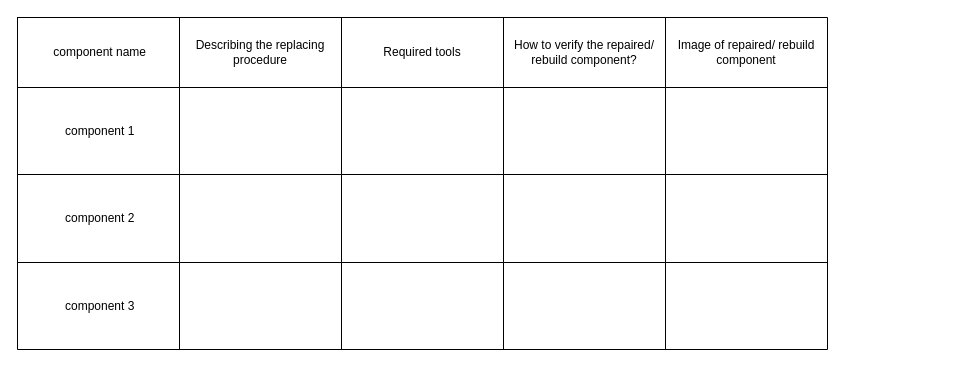
Above: Replacing the parts or components.drawio in amerezoji1362/drawio-github (draw.io), before the change. Source tidied: cells renumbered, new cells numbered last; positions are measured from the earlier drawing's top-left corner, leaving out a move shared by most shapes. Both pictures are drawn from the tidied source at 100%, with x=0, y=0 at pixel (17, 17).
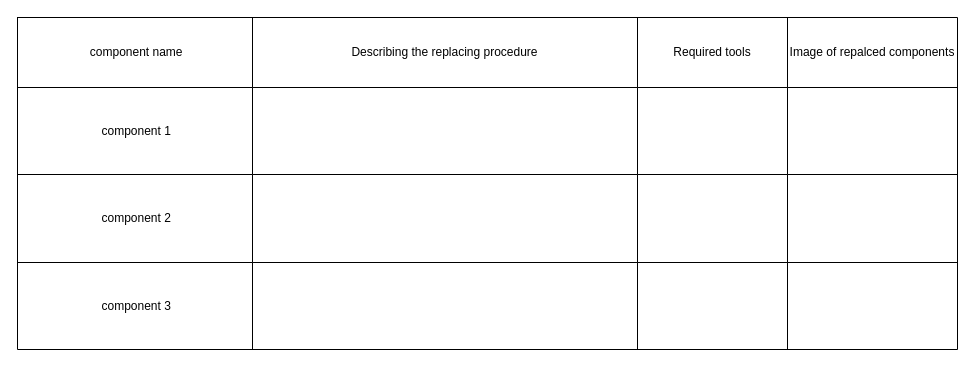
After the change.

The edit, as a diff of the source:
```diff
@@
     <mxCell id="2" style="shape=table;startSize=0;childLayout=tableLayout;" parent="1" vertex="1">
-      <mxGeometry width="810" height="332" as="geometry" />
+      <mxGeometry width="940" height="332" as="geometry" />
     </mxCell>
     <mxCell id="3" style="shape=partialRectangle;fillColor=none;top=0;left=0;bottom=0;right=0;" parent="2" vertex="1">
-      <mxGeometry width="810" height="70" as="geometry" />
+      <mxGeometry width="940" height="70" as="geometry" />
     </mxCell>
     <mxCell id="4" value="&amp;nbsp;component name" style="shape=partialRectangle;html=1;whiteSpace=wrap;overflow=hidden;fillColor=none;top=0;left=0;bottom=0;right=0;" parent="3" vertex="1">
-      <mxGeometry width="162" height="70" as="geometry" />
+      <mxGeometry width="235" height="70" as="geometry" />
     </mxCell>
     <mxCell id="5" value="Describing the replacing procedure" style="shape=partialRectangle;html=1;whiteSpace=wrap;overflow=hidden;fillColor=none;top=0;left=0;bottom=0;right=0;" parent="3" vertex="1">
-      <mxGeometry x="162" width="162" height="70" as="geometry" />
+      <mxGeometry x="235" width="385" height="70" as="geometry" />
     </mxCell>
     <mxCell id="6" value="Required tools " style="shape=partialRectangle;html=1;whiteSpace=wrap;overflow=hidden;fillColor=none;top=0;left=0;bottom=0;right=0;" parent="3" vertex="1">
-      <mxGeometry x="324" width="162" height="70" as="geometry" />
+      <mxGeometry x="620" width="150" height="70" as="geometry" />
     </mxCell>
-    <mxCell id="7" value="How to verify the repaired/ rebuild component?" style="shape=partialRectangle;html=1;whiteSpace=wrap;overflow=hidden;fillColor=none;top=0;left=0;bottom=0;right=0;" parent="3" vertex="1">
-      <mxGeometry x="486" width="162" height="70" as="geometry" />
+    <mxCell id="7" value="Image of repalced components " style="shape=partialRectangle;html=1;whiteSpace=wrap;overflow=hidden;fillColor=none;top=0;left=0;bottom=0;right=0;" parent="3" vertex="1">
+      <mxGeometry x="770" width="170" height="70" as="geometry" />
     </mxCell>
-    <mxCell id="8" value="Image of repaired/ rebuild component" style="shape=partialRectangle;html=1;whiteSpace=wrap;overflow=hidden;fillColor=none;top=0;left=0;bottom=0;right=0;" parent="3" vertex="1">
-      <mxGeometry x="648" width="162" height="70" as="geometry" />
-    </mxCell>
     <mxCell id="9" style="shape=partialRectangle;fillColor=none;top=0;left=0;bottom=0;right=0;" parent="2" vertex="1">
-      <mxGeometry y="70" width="810" height="87" as="geometry" />
+      <mxGeometry y="70" width="940" height="87" as="geometry" />
     </mxCell>
     <mxCell id="10" value="&amp;nbsp;component 1" style="shape=partialRectangle;html=1;whiteSpace=wrap;overflow=hidden;fillColor=none;top=0;left=0;bottom=0;right=0;" parent="9" vertex="1">
-      <mxGeometry width="162" height="87" as="geometry" />
+      <mxGeometry width="235" height="87" as="geometry" />
     </mxCell>
     <mxCell id="11" style="shape=partialRectangle;html=1;whiteSpace=wrap;overflow=hidden;fillColor=none;top=0;left=0;bottom=0;right=0;" parent="9" vertex="1">
-      <mxGeometry x="162" width="162" height="87" as="geometry" />
+      <mxGeometry x="235" width="385" height="87" as="geometry" />
     </mxCell>
     <mxCell id="12" style="shape=partialRectangle;html=1;whiteSpace=wrap;overflow=hidden;fillColor=none;top=0;left=0;bottom=0;right=0;" parent="9" vertex="1">
-      <mxGeometry x="324" width="162" height="87" as="geometry" />
+      <mxGeometry x="620" width="150" height="87" as="geometry" />
     </mxCell>
     <mxCell id="13" style="shape=partialRectangle;html=1;whiteSpace=wrap;overflow=hidden;fillColor=none;top=0;left=0;bottom=0;right=0;" parent="9" vertex="1">
-      <mxGeometry x="486" width="162" height="87" as="geometry" />
+      <mxGeometry x="770" width="170" height="87" as="geometry" />
     </mxCell>
-    <mxCell id="14" style="shape=partialRectangle;html=1;whiteSpace=wrap;overflow=hidden;fillColor=none;top=0;left=0;bottom=0;right=0;" parent="9" vertex="1">
-      <mxGeometry x="648" width="162" height="87" as="geometry" />
-    </mxCell>
     <mxCell id="15" style="shape=partialRectangle;fillColor=none;top=0;left=0;bottom=0;right=0;" parent="2" vertex="1">
-      <mxGeometry y="157" width="810" height="88" as="geometry" />
+      <mxGeometry y="157" width="940" height="88" as="geometry" />
     </mxCell>
     <mxCell id="16" value="&amp;nbsp;component 2" style="shape=partialRectangle;html=1;whiteSpace=wrap;overflow=hidden;fillColor=none;top=0;left=0;bottom=0;right=0;" parent="15" vertex="1">
-      <mxGeometry width="162" height="88" as="geometry" />
+      <mxGeometry width="235" height="88" as="geometry" />
     </mxCell>
     <mxCell id="17" style="shape=partialRectangle;html=1;whiteSpace=wrap;overflow=hidden;fillColor=none;top=0;left=0;bottom=0;right=0;" parent="15" vertex="1">
-      <mxGeometry x="162" width="162" height="88" as="geometry" />
+      <mxGeometry x="235" width="385" height="88" as="geometry" />
     </mxCell>
     <mxCell id="18" style="shape=partialRectangle;html=1;whiteSpace=wrap;overflow=hidden;fillColor=none;top=0;left=0;bottom=0;right=0;" parent="15" vertex="1">
-      <mxGeometry x="324" width="162" height="88" as="geometry" />
+      <mxGeometry x="620" width="150" height="88" as="geometry" />
     </mxCell>
     <mxCell id="19" style="shape=partialRectangle;html=1;whiteSpace=wrap;overflow=hidden;fillColor=none;top=0;left=0;bottom=0;right=0;" parent="15" vertex="1">
-      <mxGeometry x="486" width="162" height="88" as="geometry" />
+      <mxGeometry x="770" width="170" height="88" as="geometry" />
     </mxCell>
-    <mxCell id="20" style="shape=partialRectangle;html=1;whiteSpace=wrap;overflow=hidden;fillColor=none;top=0;left=0;bottom=0;right=0;" parent="15" vertex="1">
-      <mxGeometry x="648" width="162" height="88" as="geometry" />
-    </mxCell>
     <mxCell id="21" style="shape=partialRectangle;fillColor=none;top=0;left=0;bottom=0;right=0;" parent="2" vertex="1">
-      <mxGeometry y="245" width="810" height="87" as="geometry" />
+      <mxGeometry y="245" width="940" height="87" as="geometry" />
     </mxCell>
     <mxCell id="22" value="&amp;nbsp;component 3" style="shape=partialRectangle;html=1;whiteSpace=wrap;overflow=hidden;fillColor=none;top=0;left=0;bottom=0;right=0;" parent="21" vertex="1">
-      <mxGeometry width="162" height="87" as="geometry" />
+      <mxGeometry width="235" height="87" as="geometry" />
     </mxCell>
     <mxCell id="23" style="shape=partialRectangle;html=1;whiteSpace=wrap;overflow=hidden;fillColor=none;top=0;left=0;bottom=0;right=0;" parent="21" vertex="1">
-      <mxGeometry x="162" width="162" height="87" as="geometry" />
+      <mxGeometry x="235" width="385" height="87" as="geometry" />
     </mxCell>
     <mxCell id="24" style="shape=partialRectangle;html=1;whiteSpace=wrap;overflow=hidden;fillColor=none;top=0;left=0;bottom=0;right=0;" parent="21" vertex="1">
-      <mxGeometry x="324" width="162" height="87" as="geometry" />
+      <mxGeometry x="620" width="150" height="87" as="geometry" />
     </mxCell>
     <mxCell id="25" style="shape=partialRectangle;html=1;whiteSpace=wrap;overflow=hidden;fillColor=none;top=0;left=0;bottom=0;right=0;" parent="21" vertex="1">
-      <mxGeometry x="486" width="162" height="87" as="geometry" />
+      <mxGeometry x="770" width="170" height="87" as="geometry" />
     </mxCell>
-    <mxCell id="26" style="shape=partialRectangle;html=1;whiteSpace=wrap;overflow=hidden;fillColor=none;top=0;left=0;bottom=0;right=0;" parent="21" vertex="1">
-      <mxGeometry x="648" width="162" height="87" as="geometry" />
-    </mxCell>
```
